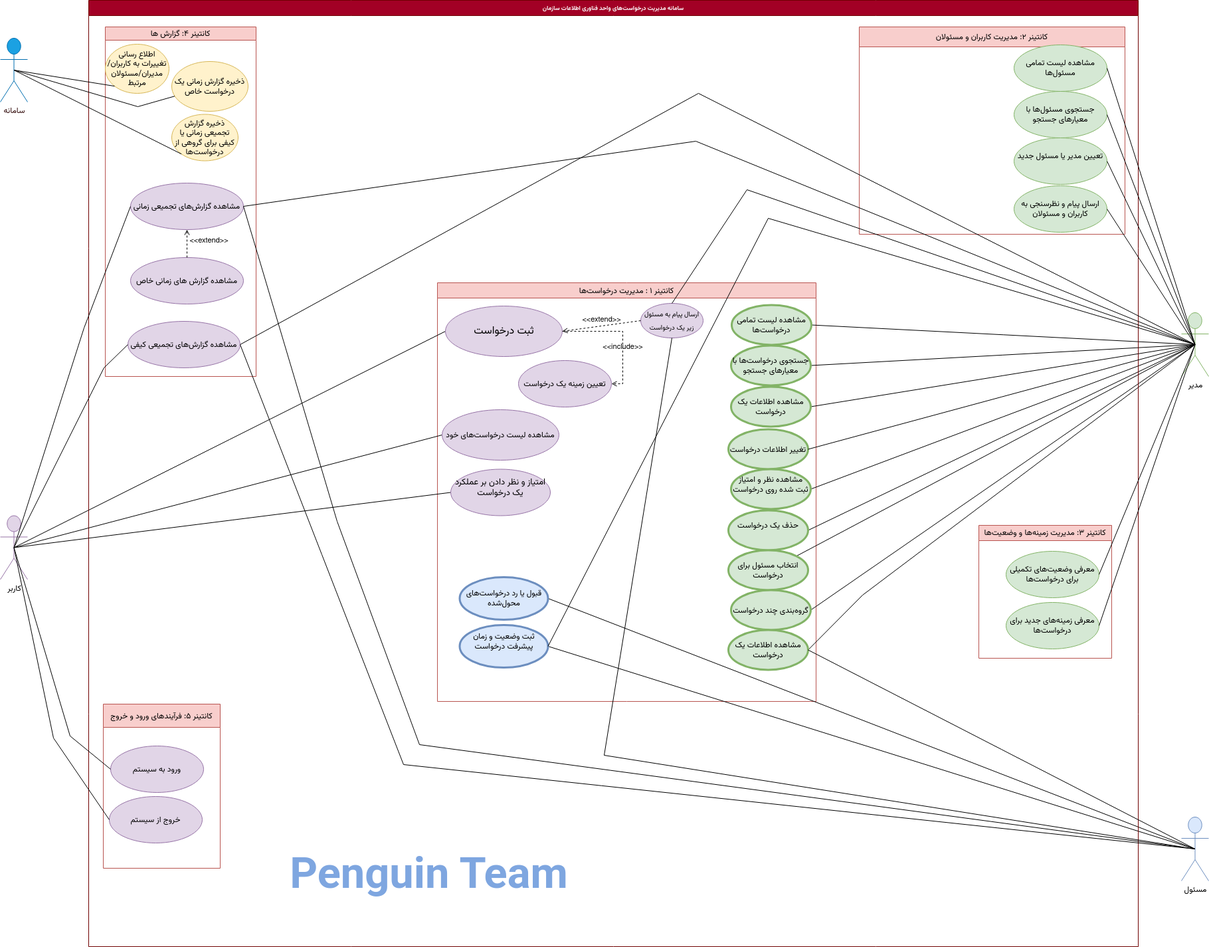
Before: Diagrams and Documents/ph1/usecase-diagram/UseCaseDiagram-ph1-nb.png, a diagram exported from draw.io (amir-Khodaverdi/The-Penguin-Project). Source tidied: cells renumbered, new cells last; positions are measured from the earlier drawing's top-left corner, leaving out a move shared by most shapes.
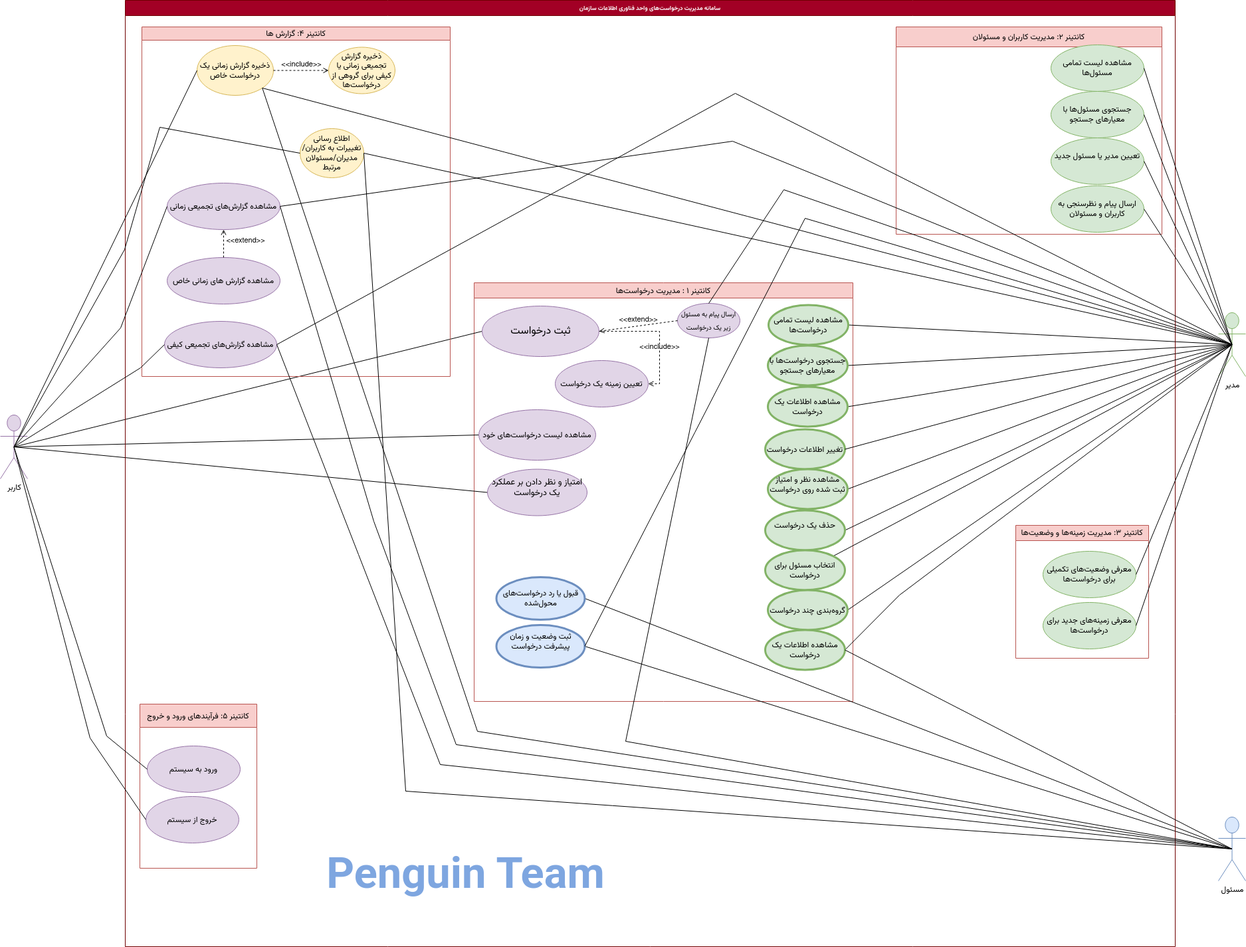
After the change.

Diff of the diagram source:
```diff
@@ -6,7 +6,7 @@
       <mxGeometry x="1778" y="470" width="41" height="96" as="geometry" />
     </mxCell>
     <mxCell id="3" value="کاربر" style="shape=umlActor;verticalLabelPosition=bottom;verticalAlign=top;html=1;outlineConnect=0;fillColor=#e1d5e7;strokeColor=#9673a6;fontFamily=Vazirmatn;fontSource=https%3A%2F%2Ffonts.googleapis.com%2Fcss%3Ffamily%3DVazirmatn;fontStyle=0;" parent="1" vertex="1">
-      <mxGeometry y="775.5" width="41" height="96" as="geometry" />
+      <mxGeometry x="-55" y="624" width="41" height="96" as="geometry" />
     </mxCell>
     <mxCell id="4" value="مسئول" style="shape=umlActor;verticalLabelPosition=bottom;verticalAlign=top;html=1;outlineConnect=0;fillColor=#dae8fc;strokeColor=#6c8ebf;fontFamily=Vazirmatn;fontSource=https%3A%2F%2Ffonts.googleapis.com%2Fcss%3Ffamily%3DVazirmatn;fontStyle=0;" parent="1" vertex="1">
       <mxGeometry x="1778" y="1229" width="41" height="96" as="geometry" />
@@ -91,16 +91,16 @@
       <mxGeometry x="41" y="116" width="140" height="70" as="geometry" />
     </mxCell>
     <mxCell id="30" value="کانتینر ۴: گزارش ها" style="swimlane;whiteSpace=wrap;html=1;fillColor=#f8cecc;strokeColor=#b85450;startSize=20;fontFamily=Vazirmatn;fontSource=https%3A%2F%2Ffonts.googleapis.com%2Fcss%3Ffamily%3DVazirmatn;fontStyle=0;" parent="19" vertex="1">
-      <mxGeometry x="25" y="40" width="227" height="526" as="geometry" />
+      <mxGeometry x="25" y="40" width="464" height="526" as="geometry" />
     </mxCell>
     <mxCell id="31" value="&lt;font&gt;&lt;br&gt;ذخیره گزارش زمانی یک درخواست خاص&lt;br&gt;&lt;br&gt;&lt;/font&gt;" style="ellipse;whiteSpace=wrap;html=1;fontFamily=Vazirmatn;fontSource=https%3A%2F%2Ffonts.googleapis.com%2Fcss%3Ffamily%3DVazirmatn;fontStyle=0;fillColor=#fff2cc;strokeColor=#d6b656;" parent="30" vertex="1">
-      <mxGeometry x="100" y="52" width="115" height="75" as="geometry" />
+      <mxGeometry x="83" y="28" width="115" height="75" as="geometry" />
     </mxCell>
     <mxCell id="32" value="&lt;font&gt;&lt;br&gt;ذخیره گزارش تجمیعی زمانی یا کیفی برای گروهی از درخواست‌ها&lt;/font&gt;&lt;div&gt;&lt;font&gt;&lt;br&gt;&lt;/font&gt;&lt;/div&gt;" style="ellipse;whiteSpace=wrap;html=1;fontFamily=Vazirmatn;fontSource=https%3A%2F%2Ffonts.googleapis.com%2Fcss%3Ffamily%3DVazirmatn;fontStyle=0;fillColor=#fff2cc;strokeColor=#d6b656;" parent="30" vertex="1">
-      <mxGeometry x="100" y="131.5" width="100" height="70" as="geometry" />
+      <mxGeometry x="281" y="30.5" width="100" height="70" as="geometry" />
     </mxCell>
     <mxCell id="33" value="&lt;font&gt;&lt;br&gt;اطلاع رسانی تغییرات به کاربران/مدیران/مسئولان مرتبط&lt;/font&gt;&lt;div&gt;&lt;font&gt;&lt;br&gt;&lt;/font&gt;&lt;/div&gt;" style="ellipse;whiteSpace=wrap;html=1;fontFamily=Vazirmatn;fontSource=https%3A%2F%2Ffonts.googleapis.com%2Fcss%3Ffamily%3DVazirmatn;fontStyle=0;fillColor=#fff2cc;strokeColor=#d6b656;" parent="30" vertex="1">
-      <mxGeometry y="26" width="96" height="74" as="geometry" />
+      <mxGeometry x="238" y="153" width="96" height="74" as="geometry" />
     </mxCell>
     <mxCell id="34" value="&lt;font&gt;&lt;br&gt;مشاهده گزارش‌های تجمیعی زمانی&lt;br&gt;&lt;br&gt;&lt;/font&gt;" style="ellipse;whiteSpace=wrap;html=1;fillColor=#e1d5e7;strokeColor=#9673a6;fontFamily=Vazirmatn;fontSource=https%3A%2F%2Ffonts.googleapis.com%2Fcss%3Ffamily%3DVazirmatn;fontStyle=0;" parent="30" vertex="1">
       <mxGeometry x="38" y="235" width="170" height="70" as="geometry" />
@@ -114,6 +114,9 @@
     <mxCell id="37" value="&amp;lt;&amp;lt;extend&amp;gt;&amp;gt;" style="html=1;verticalAlign=bottom;labelBackgroundColor=none;endArrow=open;endFill=0;dashed=1;rounded=0;exitX=0.5;exitY=0;exitDx=0;exitDy=0;entryX=0.5;entryY=1;entryDx=0;entryDy=0;" parent="30" edge="1" source="36" target="34">
       <mxGeometry x="-0.24" y="-33" relative="1" as="geometry" />
     </mxCell>
+    <mxCell id="82" value="&amp;lt;&amp;lt;include&amp;gt;&amp;gt;" style="html=1;verticalAlign=bottom;labelBackgroundColor=none;endArrow=open;endFill=0;dashed=1;rounded=0;exitX=1;exitY=0.5;exitDx=0;exitDy=0;entryX=0;entryY=0.5;entryDx=0;entryDy=0;" parent="30" edge="1" source="31" target="32">
+      <mxGeometry relative="1" as="geometry" />
+    </mxCell>
     <mxCell id="38" value="&lt;font&gt;&lt;br&gt;کانتینر ۵: فرآیندهای ورود و خروج&lt;br&gt;&lt;br&gt;&lt;/font&gt;" style="swimlane;whiteSpace=wrap;html=1;fillColor=#f8cecc;strokeColor=#b85450;startSize=35;fontFamily=Vazirmatn;fontSource=https%3A%2F%2Ffonts.googleapis.com%2Fcss%3Ffamily%3DVazirmatn;fontStyle=0;" parent="19" vertex="1">
       <mxGeometry x="22" y="1059" width="176" height="247" as="geometry" />
     </mxCell>
@@ -200,22 +203,6 @@
     <mxCell id="64" style="endArrow=none;html=1;rounded=0;exitX=1;exitY=0.5;exitDx=0;exitDy=0;entryX=0.5;entryY=0.5;entryDx=0;entryDy=0;entryPerimeter=0;fontFamily=Vazirmatn;fontSource=https%3A%2F%2Ffonts.googleapis.com%2Fcss%3Ffamily%3DVazirmatn;fontStyle=0;" parent="1" edge="1" source="29" target="2">
       <mxGeometry relative="1" as="geometry" />
     </mxCell>
-    <mxCell id="65" value="سامانه" style="shape=umlActor;verticalLabelPosition=bottom;verticalAlign=top;html=1;outlineConnect=0;fillColor=#1ba1e2;fontColor=#320b0b;strokeColor=#006EAF;fontFamily=Vazirmatn;fontSource=https%3A%2F%2Ffonts.googleapis.com%2Fcss%3Ffamily%3DVazirmatn;fontStyle=0;" parent="1" vertex="1">
-      <mxGeometry y="57" width="41" height="96" as="geometry" />
-    </mxCell>
-    <mxCell id="66" style="endArrow=none;html=1;rounded=0;entryX=0;entryY=1;entryDx=0;entryDy=0;exitX=0.5;exitY=0.5;exitDx=0;exitDy=0;exitPerimeter=0;fontFamily=Vazirmatn;fontSource=https%3A%2F%2Ffonts.googleapis.com%2Fcss%3Ffamily%3DVazirmatn;fontStyle=0;" parent="1" edge="1" source="65" target="33">
-      <mxGeometry relative="1" as="geometry" />
-    </mxCell>
-    <mxCell id="67" style="endArrow=none;html=1;rounded=0;entryX=0;entryY=1;entryDx=0;entryDy=0;exitX=0.5;exitY=0.5;exitDx=0;exitDy=0;exitPerimeter=0;fontFamily=Vazirmatn;fontSource=https%3A%2F%2Ffonts.googleapis.com%2Fcss%3Ffamily%3DVazirmatn;fontStyle=0;" parent="1" edge="1" source="65" target="32">
-      <mxGeometry relative="1" as="geometry" />
-    </mxCell>
-    <mxCell id="68" style="endArrow=none;html=1;rounded=0;exitX=0.5;exitY=0.5;exitDx=0;exitDy=0;exitPerimeter=0;fontFamily=Vazirmatn;fontSource=https%3A%2F%2Ffonts.googleapis.com%2Fcss%3Ffamily%3DVazirmatn;fontStyle=0;" parent="1" edge="1" source="65" target="31">
-      <mxGeometry relative="1" as="geometry">
-        <Array as="points">
-          <mxPoint x="207" y="160" />
-        </Array>
-      </mxGeometry>
-    </mxCell>
     <mxCell id="69" style="endArrow=none;html=1;rounded=0;entryX=0;entryY=0.5;entryDx=0;entryDy=0;exitX=0.5;exitY=0.5;exitDx=0;exitDy=0;exitPerimeter=0;fontFamily=Vazirmatn;fontSource=https%3A%2F%2Ffonts.googleapis.com%2Fcss%3Ffamily%3DVazirmatn;fontStyle=0;" parent="1" edge="1" source="3" target="35">
       <mxGeometry relative="1" as="geometry">
         <Array as="points">
@@ -289,7 +276,7 @@
     <mxCell id="80" style="endArrow=none;html=1;rounded=0;exitX=0.5;exitY=1;exitDx=0;exitDy=0;entryX=0.5;entryY=0.5;entryDx=0;entryDy=0;entryPerimeter=0;" parent="1" edge="1" source="44" target="4">
       <mxGeometry relative="1" as="geometry">
         <Array as="points">
-          <mxPoint x="909" y="1136" />
+          <mxPoint x="886" y="1115" />
         </Array>
       </mxGeometry>
     </mxCell>
@@ -300,5 +287,36 @@
         </Array>
       </mxGeometry>
     </mxCell>
+    <mxCell id="83" style="endArrow=none;html=1;rounded=0;exitX=0;exitY=0.5;exitDx=0;exitDy=0;entryX=0.5;entryY=0.5;entryDx=0;entryDy=0;entryPerimeter=0;" parent="1" edge="1" source="31" target="3">
+      <mxGeometry relative="1" as="geometry" />
+    </mxCell>
+    <mxCell id="84" style="endArrow=none;html=1;rounded=0;exitX=1;exitY=1;exitDx=0;exitDy=0;entryX=0.5;entryY=0.5;entryDx=0;entryDy=0;entryPerimeter=0;" parent="1" edge="1" source="31" target="2">
+      <mxGeometry relative="1" as="geometry" />
+    </mxCell>
+    <mxCell id="85" style="endArrow=none;html=1;rounded=0;exitX=1;exitY=1;exitDx=0;exitDy=0;entryX=0.5;entryY=0.5;entryDx=0;entryDy=0;entryPerimeter=0;" parent="1" edge="1" source="31" target="4">
+      <mxGeometry relative="1" as="geometry">
+        <Array as="points">
+          <mxPoint x="663" y="1100" />
+        </Array>
+      </mxGeometry>
+    </mxCell>
+    <mxCell id="86" style="endArrow=none;html=1;rounded=0;exitX=0.5;exitY=0.5;exitDx=0;exitDy=0;exitPerimeter=0;entryX=0;entryY=0.5;entryDx=0;entryDy=0;" parent="1" edge="1" source="3" target="33">
+      <mxGeometry relative="1" as="geometry">
+        <Array as="points">
+          <mxPoint x="132" y="375" />
+          <mxPoint x="185" y="191" />
+        </Array>
+      </mxGeometry>
+    </mxCell>
+    <mxCell id="87" style="endArrow=none;html=1;rounded=0;exitX=1;exitY=0.5;exitDx=0;exitDy=0;entryX=0.5;entryY=0.5;entryDx=0;entryDy=0;entryPerimeter=0;" parent="1" edge="1" source="33" target="2">
+      <mxGeometry relative="1" as="geometry" />
+    </mxCell>
+    <mxCell id="88" style="endArrow=none;html=1;rounded=0;exitX=1;exitY=0.5;exitDx=0;exitDy=0;entryX=0.5;entryY=0.5;entryDx=0;entryDy=0;entryPerimeter=0;" parent="1" edge="1" source="33" target="4">
+      <mxGeometry relative="1" as="geometry">
+        <Array as="points">
+          <mxPoint x="555" y="1190" />
+        </Array>
+      </mxGeometry>
+    </mxCell>
   </root>
 </mxGraphModel>
```
